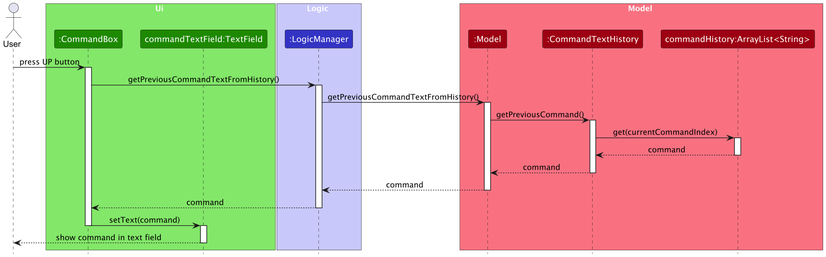
Earlier version of the PlantUML export docs/images/CommandTextHistorySequenceDiagram.png (nus-cs2103-AY2425S1/tp).
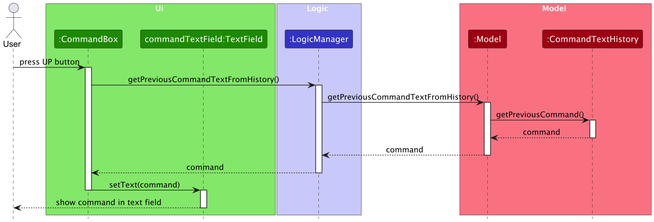
After the change.

What changed in the source:
```diff
@@ -17,7 +17,6 @@
 box Model MODEL_COLOR_T1
 participant ":Model" as Model MODEL_COLOR
 participant ":CommandTextHistory" as CommandTextHistory MODEL_COLOR
-participant "commandHistory:ArrayList<String>" as commandHistory MODEL_COLOR
 end box
 
 user -> CommandBox : press UP button
@@ -28,10 +27,6 @@
 activate Model
 Model -> CommandTextHistory : getPreviousCommand()
 activate CommandTextHistory
-CommandTextHistory -> commandHistory : get(currentCommandIndex)
-activate commandHistory
-commandHistory --> CommandTextHistory : command
-deactivate commandHistory
 CommandTextHistory --> Model : command
 deactivate CommandTextHistory
 Model --> LogicManager : command
```
